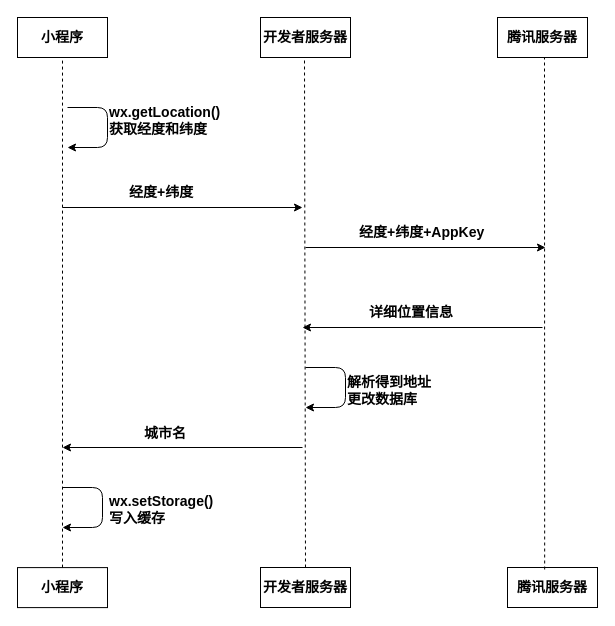
Before: 获取用户地理位置信息.drawio in geoffrey-h/code, a draw.io diagram. Source tidied: cells renumbered, new cells numbered last; positions are measured from the earlier drawing's top-left corner, leaving out a move shared by most shapes. Both pictures are drawn from the tidied source at 100%, with x=0, y=0 at pixel (17, 17).
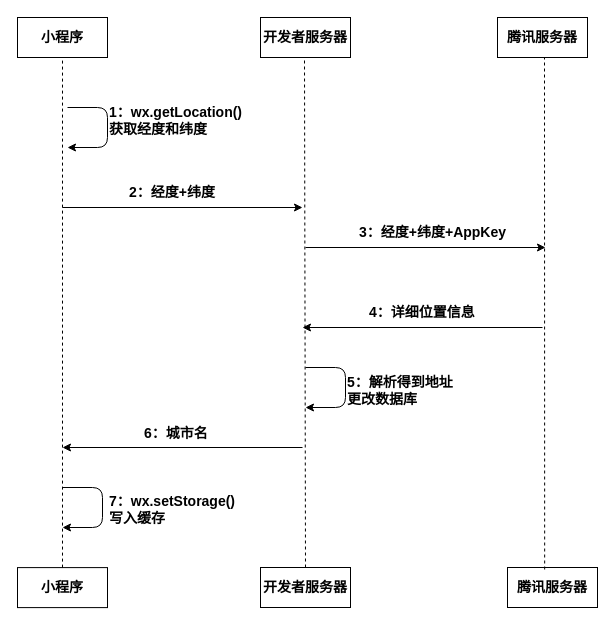
Above is the later version.

Commit message:
更新获取用户地理位置信息.drawio

Change to the diagram source:
```diff
@@
-    <mxCell id="7" value="&lt;b&gt;&lt;font style=&quot;font-size: 14px&quot;&gt;wx.getLocation()&lt;br&gt;获取经度和纬度&lt;/font&gt;&lt;/b&gt;" style="text;html=1;" parent="1" vertex="1">
-      <mxGeometry x="90" y="80" width="100" height="40" as="geometry" />
+    <mxCell id="7" value="&lt;b&gt;&lt;font style=&quot;font-size: 14px&quot;&gt;1：wx.getLocation()&lt;br&gt;获取经度和纬度&lt;/font&gt;&lt;/b&gt;" style="text;html=1;" parent="1" vertex="1">
+      <mxGeometry x="90" y="80" width="140" height="40" as="geometry" />
     </mxCell>
@@
-    <mxCell id="11" value="&lt;span style=&quot;font-size: 14px&quot;&gt;&lt;b&gt;经度+纬度&lt;/b&gt;&lt;/span&gt;&lt;br&gt;" style="text;html=1;" parent="1" vertex="1">
+    <mxCell id="11" value="&lt;span style=&quot;font-size: 14px&quot;&gt;&lt;b&gt;2：经度+纬度&lt;/b&gt;&lt;/span&gt;&lt;br&gt;" style="text;html=1;" parent="1" vertex="1">
       <mxGeometry x="110" y="160" width="70" height="20" as="geometry" />
     </mxCell>
@@
-    <mxCell id="16" value="&lt;b&gt;&lt;font style=&quot;font-size: 14px&quot;&gt;经度+纬度+AppKey&lt;/font&gt;&lt;/b&gt;" style="text;html=1;" parent="1" vertex="1">
+    <mxCell id="16" value="&lt;b&gt;&lt;font style=&quot;font-size: 14px&quot;&gt;3：经度+纬度+AppKey&lt;/font&gt;&lt;/b&gt;" style="text;html=1;" parent="1" vertex="1">
       <mxGeometry x="340" y="200" width="150" height="30" as="geometry" />
     </mxCell>
@@
-    <mxCell id="18" value="&lt;span style=&quot;font-size: 14px&quot;&gt;&lt;b&gt;详细位置信息&lt;/b&gt;&lt;/span&gt;" style="text;html=1;" parent="1" vertex="1">
+    <mxCell id="18" value="&lt;span style=&quot;font-size: 14px&quot;&gt;&lt;b&gt;4：详细位置信息&lt;/b&gt;&lt;/span&gt;" style="text;html=1;" parent="1" vertex="1">
       <mxGeometry x="350" y="280" width="150" height="30" as="geometry" />
     </mxCell>
@@
-    <mxCell id="20" value="&lt;span style=&quot;font-size: 14px&quot;&gt;&lt;b&gt;解析得到地址&lt;br&gt;更改数据库&lt;/b&gt;&lt;/span&gt;" style="text;html=1;" parent="1" vertex="1">
+    <mxCell id="20" value="&lt;span style=&quot;font-size: 14px&quot;&gt;&lt;b&gt;5：解析得到地址&lt;br&gt;更改数据库&lt;/b&gt;&lt;/span&gt;" style="text;html=1;" parent="1" vertex="1">
       <mxGeometry x="328" y="350" width="95" height="40" as="geometry" />
     </mxCell>
@@
-    <mxCell id="22" value="&lt;b&gt;&lt;font style=&quot;font-size: 14px&quot;&gt;城市名&lt;/font&gt;&lt;/b&gt;" style="text;html=1;align=left;verticalAlign=top;spacingTop=-4;" parent="1" vertex="1">
-      <mxGeometry x="125" y="405" width="60" height="20" as="geometry" />
+    <mxCell id="22" value="&lt;b&gt;&lt;font style=&quot;font-size: 14px&quot;&gt;6：城市名&lt;/font&gt;&lt;/b&gt;" style="text;html=1;align=left;verticalAlign=top;spacingTop=-4;" parent="1" vertex="1">
+      <mxGeometry x="125" y="405" width="80" height="20" as="geometry" />
     </mxCell>
@@
-    <mxCell id="24" value="&lt;b&gt;&lt;font style=&quot;font-size: 14px&quot;&gt;wx.setStorage()&lt;br&gt;写入缓存&lt;/font&gt;&lt;/b&gt;" style="text;html=1;align=left;verticalAlign=top;spacingTop=-4;" parent="1" vertex="1">
-      <mxGeometry x="90" y="472.5" width="120" height="30" as="geometry" />
+    <mxCell id="24" value="&lt;b&gt;&lt;font style=&quot;font-size: 14px&quot;&gt;7：wx.setStorage()&lt;br&gt;写入缓存&lt;/font&gt;&lt;/b&gt;" style="text;html=1;align=left;verticalAlign=top;spacingTop=-4;" parent="1" vertex="1">
+      <mxGeometry x="90" y="472.5" width="140" height="30" as="geometry" />
     </mxCell>
```
